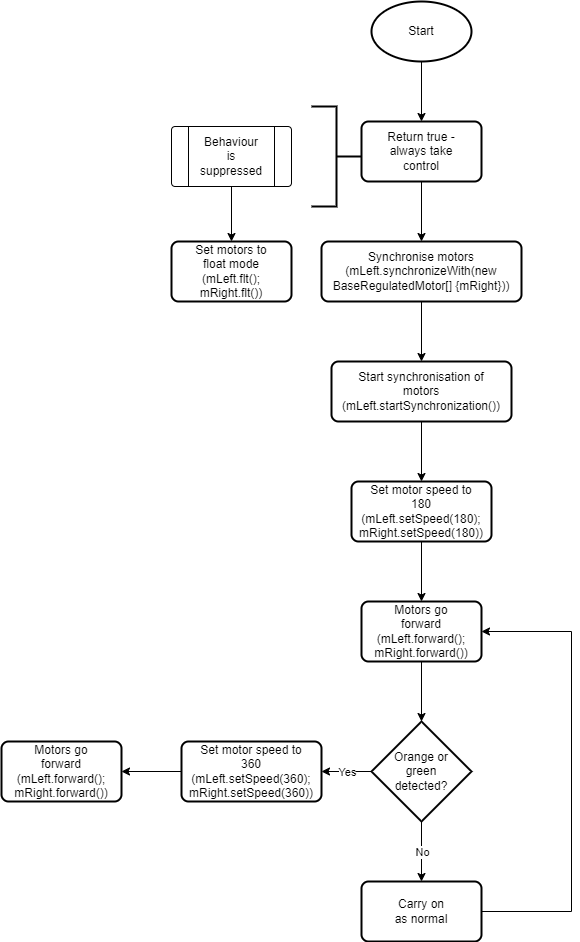
Earlier version of the draw.io export Final submission/Behaviour control flow/WalkaboutControlFlow.png (XLmT09/Bunny-Robot). Source tidied: cells renumbered, new cells last; positions are measured from the earlier drawing's top-left corner, leaving out a move shared by most shapes.
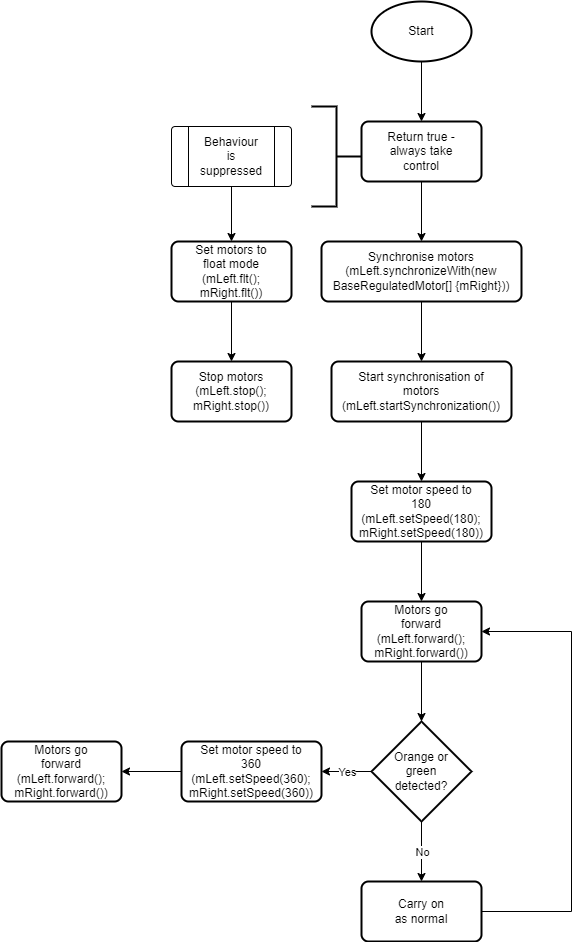
Later version of the same file.

Change to the diagram source:
```diff
@@ -141,7 +141,7 @@
       <mxGeometry x="30" y="15" width="60" height="30" as="geometry" />
     </mxCell>
     <mxCell id="46" style="group;" parent="1" vertex="1">
-      <mxGeometry x="170" y="240" width="120" height="60" as="geometry" />
+      <mxGeometry x="170" y="240" width="120" height="100" as="geometry" />
     </mxCell>
     <mxCell id="47" style="rounded=1;whiteSpace=wrap;html=1;absoluteArcSize=1;arcSize=14;strokeWidth=2;" parent="46" vertex="1">
       <mxGeometry width="120" height="60" as="geometry" />
@@ -152,5 +152,17 @@
     <mxCell id="49" style="endArrow=classic;html=1;rounded=0;entryX=0.5;entryY=0;entryDx=0;entryDy=0;exitX=0.5;exitY=1;exitDx=0;exitDy=0;" parent="1" edge="1" source="44" target="47">
       <mxGeometry relative="1" as="geometry" />
     </mxCell>
+    <mxCell id="50" style="group;" parent="1" vertex="1">
+      <mxGeometry x="170" y="360" width="120" height="60" as="geometry" />
+    </mxCell>
+    <mxCell id="51" style="rounded=1;whiteSpace=wrap;html=1;absoluteArcSize=1;arcSize=14;strokeWidth=2;" parent="50" vertex="1">
+      <mxGeometry width="120" height="60" as="geometry" />
+    </mxCell>
+    <mxCell id="52" value="Stop motors (mLeft.stop(); mRight.stop())" style="text;html=1;strokeColor=none;fillColor=none;align=center;verticalAlign=middle;whiteSpace=wrap;rounded=0;" parent="50" vertex="1">
+      <mxGeometry x="30" y="15" width="60" height="30" as="geometry" />
+    </mxCell>
+    <mxCell id="53" style="endArrow=classic;html=1;rounded=0;exitX=0.5;exitY=1;exitDx=0;exitDy=0;entryX=0.5;entryY=0;entryDx=0;entryDy=0;" parent="1" edge="1" source="47" target="51">
+      <mxGeometry relative="1" as="geometry" />
+    </mxCell>
   </root>
 </mxGraphModel>
```
